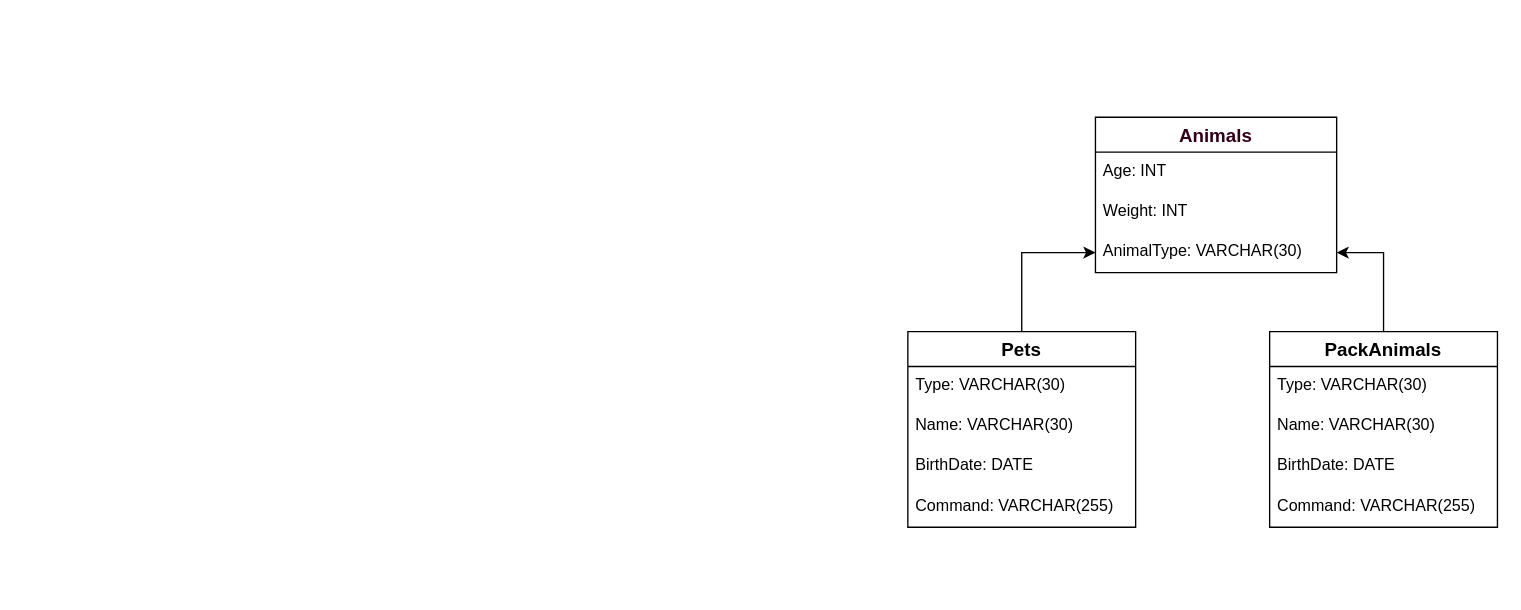
The draw.io diagram OOP/ClassDiagram/class-diagram.drawio in PDV-geekbrains/The-final-task-of-the-first-year-of-study, before the edit. Source tidied: cells renumbered, new cells numbered last; positions are measured from the earlier drawing's top-left corner, leaving out a move shared by most shapes. Both pictures are drawn from the tidied source at 134%, with x=0, y=0 at pixel (907, 117).
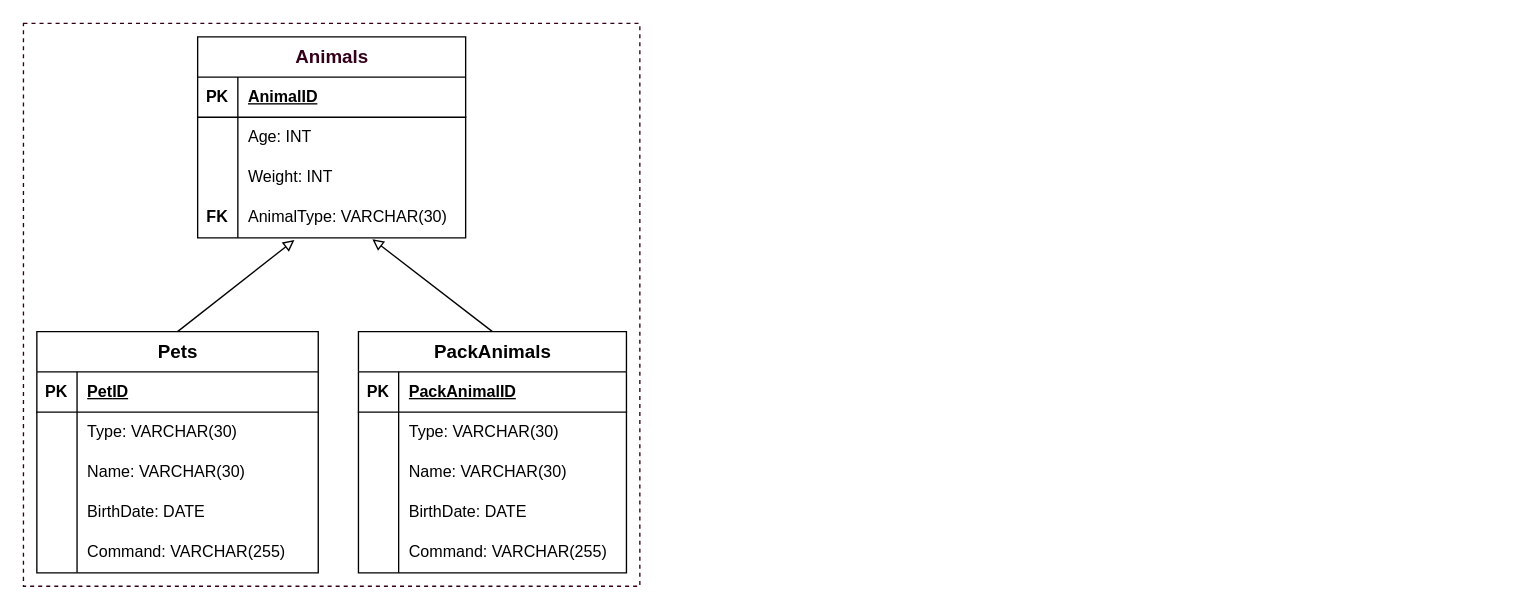
After the change.

Commit message (it also covers changes not shown here):
Class-diagram is changed.

Diff of the diagram source:
```diff
@@
-    <mxCell id="2" value="Animals" style="swimlane;fontStyle=1;horizontal=1;startSize=26;align=center;fontSize=14;fontColor=#33001A;" parent="1" vertex="1">
-      <mxGeometry x="140" width="180" height="116" as="geometry" />
+    <mxCell id="2" value="&lt;span style=&quot;color: rgb(51, 0, 26); font-size: 14px;&quot;&gt;Animals&lt;/span&gt;" style="shape=table;startSize=30;childLayout=tableLayout;rowLines=0;fontStyle=1;align=center;html=1;" parent="1" vertex="1">
+      <mxGeometry x="-530" y="-60" width="200" height="150" as="geometry" />
     </mxCell>
+    <mxCell id="18" style="shape=tableRow;horizontal=0;startSize=0;swimlaneHead=0;swimlaneBody=0;fillColor=none;top=0;left=0;right=0;bottom=1;strokeColor=default;" parent="2" vertex="1">
+      <mxGeometry y="30" width="200" height="30" as="geometry" />
+    </mxCell>
+    <mxCell id="19" value="PK" style="shape=partialRectangle;fillColor=none;top=0;left=0;bottom=0;right=0;fontStyle=1;overflow=hidden;whiteSpace=wrap;html=1;" parent="18" vertex="1">
+      <mxGeometry width="30" height="30" as="geometry" />
+    </mxCell>
+    <mxCell id="20" value="AnimalID" style="shape=partialRectangle;fillColor=none;top=0;left=0;bottom=0;right=0;align=left;spacingLeft=6;fontStyle=5;overflow=hidden;whiteSpace=wrap;html=1;" parent="18" vertex="1">
+      <mxGeometry x="30" width="170" height="30" as="geometry" />
+    </mxCell>
+    <mxCell id="21" style="shape=tableRow;horizontal=0;startSize=0;swimlaneHead=0;swimlaneBody=0;fillColor=none;top=0;left=0;right=0;bottom=0;" parent="2" vertex="1">
+      <mxGeometry y="60" width="200" height="30" as="geometry" />
+    </mxCell>
+    <mxCell id="22" style="shape=partialRectangle;fillColor=none;top=0;left=0;bottom=0;right=0;overflow=hidden;whiteSpace=wrap;html=1;" parent="21" vertex="1">
+      <mxGeometry width="30" height="30" as="geometry" />
+    </mxCell>
-    <mxCell id="3" value="Age: INT" style="text;strokeColor=none;fillColor=none;spacingLeft=4;spacingRight=4;overflow=hidden;fontSize=12;whiteSpace=wrap;html=1;" parent="2" vertex="1">
-      <mxGeometry y="26" width="180" height="30" as="geometry" />
+    <mxCell id="3" value="Age: INT" style="shape=partialRectangle;fillColor=none;top=0;left=0;bottom=0;right=0;align=left;spacingLeft=6;overflow=hidden;whiteSpace=wrap;html=1;" parent="21" vertex="1">
+      <mxGeometry x="30" width="170" height="30" as="geometry" />
     </mxCell>
+    <mxCell id="23" style="shape=tableRow;horizontal=0;startSize=0;swimlaneHead=0;swimlaneBody=0;fillColor=none;top=0;left=0;right=0;bottom=0;" parent="2" vertex="1">
+      <mxGeometry y="90" width="200" height="30" as="geometry" />
+    </mxCell>
+    <mxCell id="24" style="shape=partialRectangle;fillColor=none;top=0;left=0;bottom=0;right=0;overflow=hidden;whiteSpace=wrap;html=1;" parent="23" vertex="1">
+      <mxGeometry width="30" height="30" as="geometry" />
+    </mxCell>
-    <mxCell id="4" value="Weight: INT" style="text;strokeColor=none;fillColor=none;spacingLeft=4;spacingRight=4;overflow=hidden;fontSize=12;whiteSpace=wrap;html=1;" parent="2" vertex="1">
-      <mxGeometry y="56" width="180" height="30" as="geometry" />
+    <mxCell id="4" value="Weight: INT" style="shape=partialRectangle;fillColor=none;top=0;left=0;bottom=0;right=0;align=left;spacingLeft=6;overflow=hidden;whiteSpace=wrap;html=1;" parent="23" vertex="1">
+      <mxGeometry x="30" width="170" height="30" as="geometry" />
     </mxCell>
+    <mxCell id="25" style="shape=tableRow;horizontal=0;startSize=0;swimlaneHead=0;swimlaneBody=0;fillColor=none;points=[[0,0.5],[1,0.5]];portConstraint=eastwest;top=0;left=0;right=0;bottom=0;" parent="2" vertex="1">
+      <mxGeometry y="120" width="200" height="30" as="geometry" />
+    </mxCell>
+    <mxCell id="26" value="&lt;b&gt;FK&lt;/b&gt;" style="shape=partialRectangle;fillColor=none;top=0;left=0;bottom=0;right=0;overflow=hidden;whiteSpace=wrap;html=1;" parent="25" vertex="1">
+      <mxGeometry width="30" height="30" as="geometry" />
+    </mxCell>
-    <mxCell id="5" value="AnimalType: VARCHAR(30)" style="text;strokeColor=none;fillColor=none;spacingLeft=4;spacingRight=4;overflow=hidden;points=[[0,0.5],[1,0.5]];portConstraint=eastwest;fontSize=12;whiteSpace=wrap;html=1;" parent="2" vertex="1">
-      <mxGeometry y="86" width="180" height="30" as="geometry" />
+    <mxCell id="5" value="AnimalType: VARCHAR(30)" style="shape=partialRectangle;fillColor=none;top=0;left=0;bottom=0;right=0;align=left;spacingLeft=6;overflow=hidden;whiteSpace=wrap;html=1;" parent="25" vertex="1">
+      <mxGeometry x="30" width="170" height="30" as="geometry" />
     </mxCell>
-    <mxCell id="6" style="edgeStyle=orthogonalEdgeStyle;rounded=0;jettySize=auto;html=1;entryX=0;entryY=0.5;entryDx=0;entryDy=0;" parent="1" edge="1" source="7" target="5">
-      <mxGeometry relative="1" as="geometry" />
-    </mxCell>
-    <mxCell id="7" value="Pets" style="swimlane;fontStyle=1;horizontal=1;startSize=26;align=center;fontSize=14;" parent="1" vertex="1">
-      <mxGeometry y="160" width="170" height="146" as="geometry" />
+    <mxCell id="7" value="&lt;span style=&quot;font-size: 14px;&quot;&gt;Pets&lt;/span&gt;" style="shape=table;startSize=30;childLayout=tableLayout;rowLines=0;fontStyle=1;align=center;html=1;" parent="1" vertex="1">
+      <mxGeometry x="-650" y="160" width="210" height="180" as="geometry" />
     </mxCell>
-    <mxCell id="8" value="Type: VARCHAR(30)" style="text;strokeColor=none;fillColor=none;spacingLeft=4;spacingRight=4;overflow=hidden;fontSize=12;whiteSpace=wrap;html=1;" parent="7" vertex="1">
-      <mxGeometry y="26" width="170" height="30" as="geometry" />
-    </mxCell>
-    <mxCell id="9" value="Name: VARCHAR(30)" style="text;strokeColor=none;fillColor=none;spacingLeft=4;spacingRight=4;overflow=hidden;fontSize=12;whiteSpace=wrap;html=1;" parent="7" vertex="1">
-      <mxGeometry y="56" width="170" height="30" as="geometry" />
-    </mxCell>
-    <mxCell id="10" value="BirthDate: DATE" style="text;strokeColor=none;fillColor=none;spacingLeft=4;spacingRight=4;overflow=hidden;fontSize=12;whiteSpace=wrap;html=1;" parent="7" vertex="1">
-      <mxGeometry y="86" width="170" height="30" as="geometry" />
-    </mxCell>
-    <mxCell id="11" value="Command: VARCHAR(255)" style="text;strokeColor=none;fillColor=none;spacingLeft=4;spacingRight=4;overflow=hidden;fontSize=12;whiteSpace=wrap;html=1;" parent="7" vertex="1">
-      <mxGeometry y="116" width="170" height="30" as="geometry" />
-    </mxCell>
-    <mxCell id="12" style="edgeStyle=orthogonalEdgeStyle;rounded=0;jettySize=auto;html=1;entryX=1;entryY=0.5;entryDx=0;entryDy=0;" parent="1" edge="1" source="13" target="5">
-      <mxGeometry relative="1" as="geometry" />
-    </mxCell>
+    <mxCell id="27" style="shape=tableRow;horizontal=0;startSize=0;swimlaneHead=0;swimlaneBody=0;fillColor=none;top=0;left=0;right=0;bottom=1;" parent="7" vertex="1">
+      <mxGeometry y="30" width="210" height="30" as="geometry" />
+    </mxCell>
+    <mxCell id="28" value="PK" style="shape=partialRectangle;fillColor=none;top=0;left=0;bottom=0;right=0;fontStyle=1;overflow=hidden;whiteSpace=wrap;html=1;" parent="27" vertex="1">
+      <mxGeometry width="30" height="30" as="geometry" />
+    </mxCell>
+    <mxCell id="29" value="&lt;div style=&quot;text-align: center;&quot;&gt;&lt;span style=&quot;background-color: initial;&quot;&gt;&lt;span style=&quot;text-wrap-mode: nowrap;&quot;&gt;&lt;font&gt;Pet&lt;/font&gt;&lt;/span&gt;ID&lt;/span&gt;&lt;/div&gt;" style="shape=partialRectangle;fillColor=none;top=0;left=0;bottom=0;right=0;align=left;spacingLeft=6;fontStyle=5;overflow=hidden;whiteSpace=wrap;html=1;" parent="27" vertex="1">
+      <mxGeometry x="30" width="180" height="30" as="geometry" />
+    </mxCell>
+    <mxCell id="30" style="shape=tableRow;horizontal=0;startSize=0;swimlaneHead=0;swimlaneBody=0;fillColor=none;top=0;left=0;right=0;bottom=0;" parent="7" vertex="1">
+      <mxGeometry y="60" width="210" height="30" as="geometry" />
+    </mxCell>
+    <mxCell id="31" style="shape=partialRectangle;fillColor=none;top=0;left=0;bottom=0;right=0;overflow=hidden;whiteSpace=wrap;html=1;" parent="30" vertex="1">
+      <mxGeometry width="30" height="30" as="geometry" />
+    </mxCell>
+    <mxCell id="32" value="Type: VARCHAR(30)" style="shape=partialRectangle;fillColor=none;top=0;left=0;bottom=0;right=0;align=left;spacingLeft=6;overflow=hidden;whiteSpace=wrap;html=1;" parent="30" vertex="1">
+      <mxGeometry x="30" width="180" height="30" as="geometry" />
+    </mxCell>
+    <mxCell id="33" style="shape=tableRow;horizontal=0;startSize=0;swimlaneHead=0;swimlaneBody=0;fillColor=none;top=0;left=0;right=0;bottom=0;" parent="7" vertex="1">
+      <mxGeometry y="90" width="210" height="30" as="geometry" />
+    </mxCell>
+    <mxCell id="34" style="shape=partialRectangle;fillColor=none;top=0;left=0;bottom=0;right=0;overflow=hidden;whiteSpace=wrap;html=1;" parent="33" vertex="1">
+      <mxGeometry width="30" height="30" as="geometry" />
+    </mxCell>
+    <mxCell id="35" value="Name: VARCHAR(30)" style="shape=partialRectangle;fillColor=none;top=0;left=0;bottom=0;right=0;align=left;spacingLeft=6;overflow=hidden;whiteSpace=wrap;html=1;" parent="33" vertex="1">
+      <mxGeometry x="30" width="180" height="30" as="geometry" />
+    </mxCell>
+    <mxCell id="36" style="shape=tableRow;horizontal=0;startSize=0;swimlaneHead=0;swimlaneBody=0;fillColor=none;top=0;left=0;right=0;bottom=0;" parent="7" vertex="1">
+      <mxGeometry y="120" width="210" height="30" as="geometry" />
+    </mxCell>
+    <mxCell id="37" style="shape=partialRectangle;fillColor=none;top=0;left=0;bottom=0;right=0;overflow=hidden;whiteSpace=wrap;html=1;" parent="36" vertex="1">
+      <mxGeometry width="30" height="30" as="geometry" />
+    </mxCell>
+    <mxCell id="38" value="BirthDate: DATE" style="shape=partialRectangle;fillColor=none;top=0;left=0;bottom=0;right=0;align=left;spacingLeft=6;overflow=hidden;whiteSpace=wrap;html=1;" parent="36" vertex="1">
+      <mxGeometry x="30" width="180" height="30" as="geometry" />
+    </mxCell>
+    <mxCell id="39" style="shape=tableRow;horizontal=0;startSize=0;swimlaneHead=0;swimlaneBody=0;fillColor=none;top=0;left=0;right=0;bottom=0;" parent="7" vertex="1">
+      <mxGeometry y="150" width="210" height="30" as="geometry" />
+    </mxCell>
+    <mxCell id="40" style="shape=partialRectangle;fillColor=none;top=0;left=0;bottom=0;right=0;overflow=hidden;whiteSpace=wrap;html=1;" parent="39" vertex="1">
+      <mxGeometry width="30" height="30" as="geometry" />
+    </mxCell>
+    <mxCell id="41" value="Command: VARCHAR(255)" style="shape=partialRectangle;fillColor=none;top=0;left=0;bottom=0;right=0;align=left;spacingLeft=6;overflow=hidden;whiteSpace=wrap;html=1;" parent="39" vertex="1">
+      <mxGeometry x="30" width="180" height="30" as="geometry" />
+    </mxCell>
-    <mxCell id="13" value="PackAnimals" style="swimlane;fontStyle=1;horizontal=1;startSize=26;align=center;fontSize=14;" parent="1" vertex="1">
-      <mxGeometry x="270" y="160" width="170" height="146" as="geometry" />
+    <mxCell id="13" value="&lt;span style=&quot;font-size: 14px;&quot;&gt;PackAnimals&lt;/span&gt;" style="shape=table;startSize=30;childLayout=tableLayout;rowLines=0;fontStyle=1;align=center;html=1;" parent="1" vertex="1">
+      <mxGeometry x="-410" y="160" width="200" height="180" as="geometry" />
     </mxCell>
-    <mxCell id="14" value="Type: VARCHAR(30)" style="text;strokeColor=none;fillColor=none;spacingLeft=4;spacingRight=4;overflow=hidden;fontSize=12;whiteSpace=wrap;html=1;" parent="13" vertex="1">
-      <mxGeometry y="26" width="170" height="30" as="geometry" />
-    </mxCell>
-    <mxCell id="15" value="Name: VARCHAR(30)" style="text;strokeColor=none;fillColor=none;spacingLeft=4;spacingRight=4;overflow=hidden;fontSize=12;whiteSpace=wrap;html=1;" parent="13" vertex="1">
-      <mxGeometry y="56" width="170" height="30" as="geometry" />
-    </mxCell>
-    <mxCell id="16" value="BirthDate: DATE" style="text;strokeColor=none;fillColor=none;spacingLeft=4;spacingRight=4;overflow=hidden;fontSize=12;whiteSpace=wrap;html=1;" parent="13" vertex="1">
-      <mxGeometry y="86" width="170" height="30" as="geometry" />
-    </mxCell>
-    <mxCell id="17" value="Command: VARCHAR(255)" style="text;strokeColor=none;fillColor=none;spacingLeft=4;spacingRight=4;overflow=hidden;fontSize=12;whiteSpace=wrap;html=1;" parent="13" vertex="1">
-      <mxGeometry y="116" width="170" height="30" as="geometry" />
-    </mxCell>
+    <mxCell id="42" style="shape=tableRow;horizontal=0;startSize=0;swimlaneHead=0;swimlaneBody=0;fillColor=none;top=0;left=0;right=0;bottom=1;" parent="13" vertex="1">
+      <mxGeometry y="30" width="200" height="30" as="geometry" />
+    </mxCell>
+    <mxCell id="43" value="PK" style="shape=partialRectangle;fillColor=none;top=0;left=0;bottom=0;right=0;fontStyle=1;overflow=hidden;whiteSpace=wrap;html=1;" parent="42" vertex="1">
+      <mxGeometry width="30" height="30" as="geometry" />
+    </mxCell>
+    <mxCell id="44" value="&lt;font&gt;&lt;span style=&quot;text-align: center; text-wrap-mode: nowrap;&quot;&gt;PackAnimal&lt;/span&gt;ID&lt;/font&gt;" style="shape=partialRectangle;fillColor=none;top=0;left=0;bottom=0;right=0;align=left;spacingLeft=6;fontStyle=5;overflow=hidden;whiteSpace=wrap;html=1;" parent="42" vertex="1">
+      <mxGeometry x="30" width="170" height="30" as="geometry" />
+    </mxCell>
+    <mxCell id="45" style="shape=tableRow;horizontal=0;startSize=0;swimlaneHead=0;swimlaneBody=0;fillColor=none;top=0;left=0;right=0;bottom=0;" parent="13" vertex="1">
+      <mxGeometry y="60" width="200" height="30" as="geometry" />
+    </mxCell>
+    <mxCell id="46" style="shape=partialRectangle;fillColor=none;top=0;left=0;bottom=0;right=0;overflow=hidden;whiteSpace=wrap;html=1;" parent="45" vertex="1">
+      <mxGeometry width="30" height="30" as="geometry" />
+    </mxCell>
+    <mxCell id="47" value="Type: VARCHAR(30)" style="shape=partialRectangle;fillColor=none;top=0;left=0;bottom=0;right=0;align=left;spacingLeft=6;overflow=hidden;whiteSpace=wrap;html=1;" parent="45" vertex="1">
+      <mxGeometry x="30" width="170" height="30" as="geometry" />
+    </mxCell>
+    <mxCell id="48" style="shape=tableRow;horizontal=0;startSize=0;swimlaneHead=0;swimlaneBody=0;fillColor=none;top=0;left=0;right=0;bottom=0;" parent="13" vertex="1">
+      <mxGeometry y="90" width="200" height="30" as="geometry" />
+    </mxCell>
+    <mxCell id="49" style="shape=partialRectangle;fillColor=none;top=0;left=0;bottom=0;right=0;overflow=hidden;whiteSpace=wrap;html=1;" parent="48" vertex="1">
+      <mxGeometry width="30" height="30" as="geometry" />
+    </mxCell>
+    <mxCell id="50" value="Name: VARCHAR(30)" style="shape=partialRectangle;fillColor=none;top=0;left=0;bottom=0;right=0;align=left;spacingLeft=6;overflow=hidden;whiteSpace=wrap;html=1;" parent="48" vertex="1">
+      <mxGeometry x="30" width="170" height="30" as="geometry" />
+    </mxCell>
+    <mxCell id="51" style="shape=tableRow;horizontal=0;startSize=0;swimlaneHead=0;swimlaneBody=0;fillColor=none;top=0;left=0;right=0;bottom=0;" parent="13" vertex="1">
+      <mxGeometry y="120" width="200" height="30" as="geometry" />
+    </mxCell>
+    <mxCell id="52" style="shape=partialRectangle;fillColor=none;top=0;left=0;bottom=0;right=0;overflow=hidden;whiteSpace=wrap;html=1;" parent="51" vertex="1">
+      <mxGeometry width="30" height="30" as="geometry" />
+    </mxCell>
+    <mxCell id="53" value="BirthDate: DATE" style="shape=partialRectangle;fillColor=none;top=0;left=0;bottom=0;right=0;align=left;spacingLeft=6;overflow=hidden;whiteSpace=wrap;html=1;" parent="51" vertex="1">
+      <mxGeometry x="30" width="170" height="30" as="geometry" />
+    </mxCell>
+    <mxCell id="54" style="shape=tableRow;horizontal=0;startSize=0;swimlaneHead=0;swimlaneBody=0;fillColor=none;top=0;left=0;right=0;bottom=0;" parent="13" vertex="1">
+      <mxGeometry y="150" width="200" height="30" as="geometry" />
+    </mxCell>
+    <mxCell id="55" style="shape=partialRectangle;fillColor=none;top=0;left=0;bottom=0;right=0;overflow=hidden;whiteSpace=wrap;html=1;" parent="54" vertex="1">
+      <mxGeometry width="30" height="30" as="geometry" />
+    </mxCell>
+    <mxCell id="56" value="Command: VARCHAR(255)" style="shape=partialRectangle;fillColor=none;top=0;left=0;bottom=0;right=0;align=left;spacingLeft=6;overflow=hidden;whiteSpace=wrap;html=1;" parent="54" vertex="1">
+      <mxGeometry x="30" width="170" height="30" as="geometry" />
+    </mxCell>
+    <mxCell id="57" style="endArrow=block;html=1;rounded=0;exitX=0.5;exitY=0;exitDx=0;exitDy=0;entryX=0.361;entryY=1.053;entryDx=0;entryDy=0;entryPerimeter=0;endFill=0;" parent="1" edge="1" source="7" target="25">
+      <mxGeometry relative="1" as="geometry" />
+    </mxCell>
+    <mxCell id="58" style="endArrow=block;html=1;rounded=0;exitX=0.5;exitY=0;exitDx=0;exitDy=0;entryX=0.652;entryY=1.032;entryDx=0;entryDy=0;entryPerimeter=0;endFill=0;" parent="1" edge="1" source="13" target="25">
+      <mxGeometry relative="1" as="geometry" />
+    </mxCell>
+    <mxCell id="59" style="rounded=0;whiteSpace=wrap;html=1;dashed=1;strokeColor=#33001A;fillColor=none;" parent="1" vertex="1">
+      <mxGeometry x="-660" y="-70" width="460" height="420" as="geometry" />
+    </mxCell>
```
